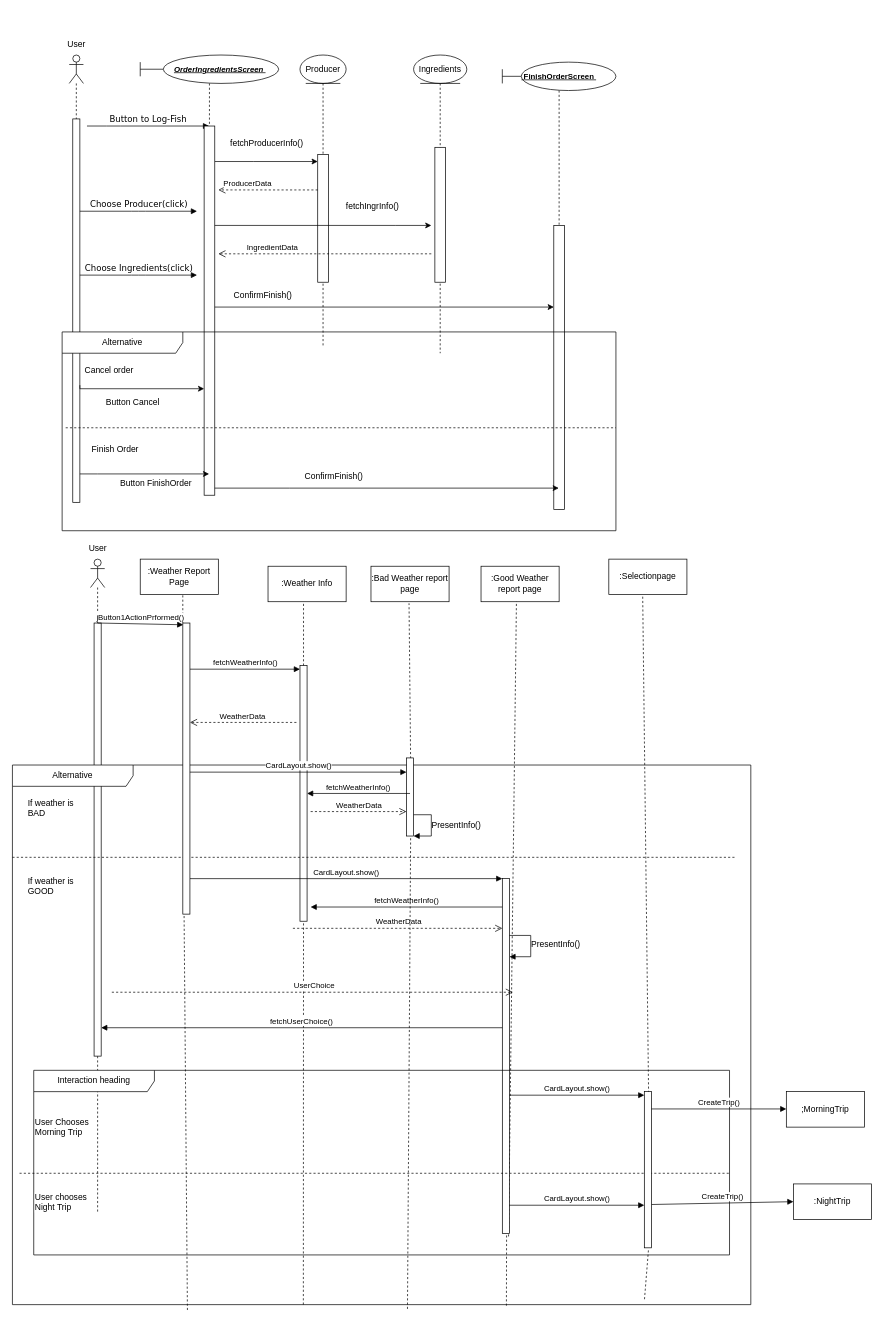
TMCEID/SoftEngFishApp keeps this draw.io diagram as Delivarable3/SequenceDiagram/Untitled Diagram.drawio. Above is the earlier version. Source tidied: cells renumbered, new cells numbered last; positions are measured from the earlier drawing's top-left corner, leaving out a move shared by most shapes. Both pictures are drawn from the tidied source at 71%, with x=0, y=0 at pixel (12, 33).
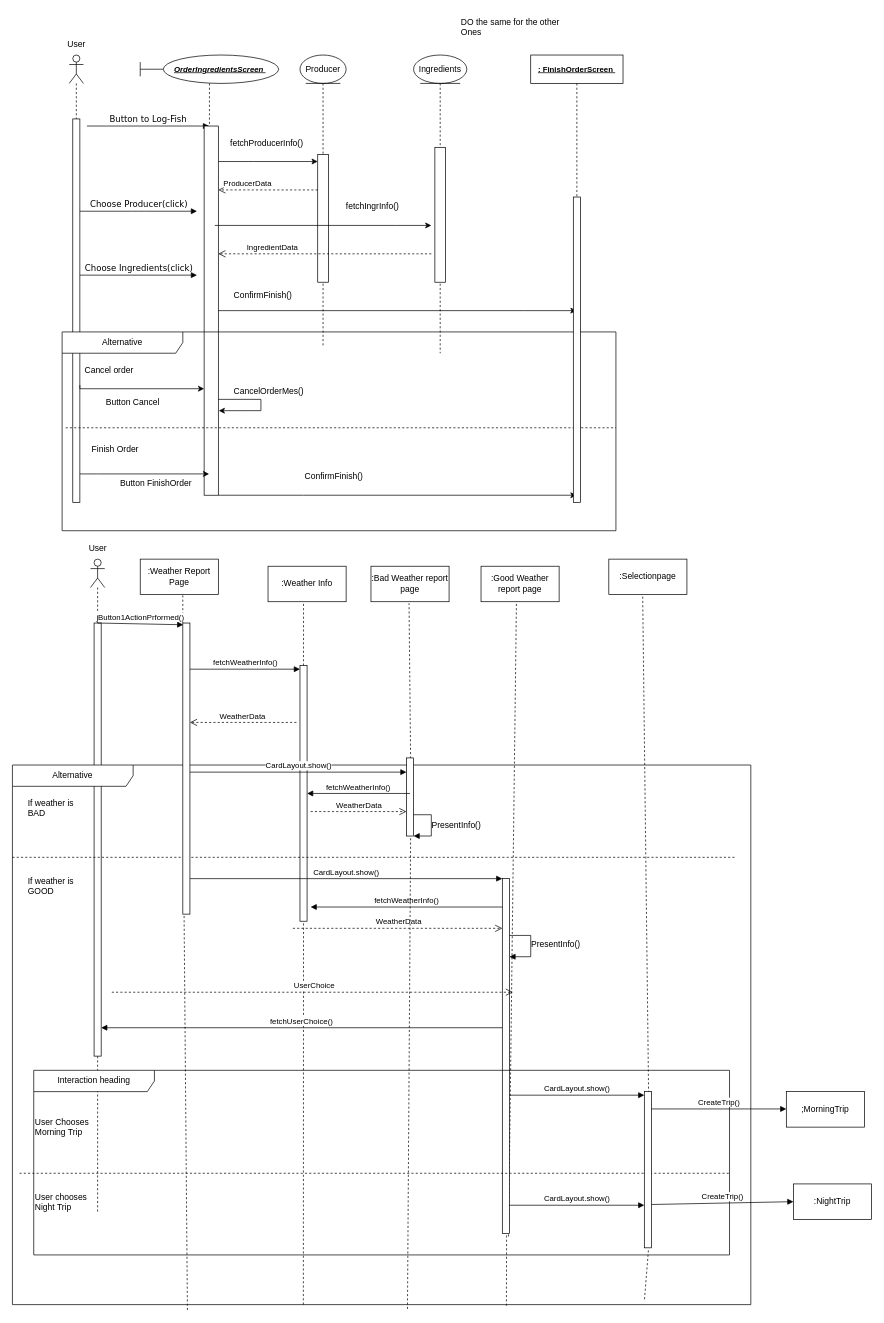
The same page after the edit.

The change refers to these unchanged cells:
```xml
<mxCell id="47" value="&amp;nbsp;&amp;nbsp;&amp;nbsp;&amp;nbsp;&amp;nbsp;&amp;nbsp;&amp;nbsp;&amp;nbsp; &lt;font style=&quot;font-size: 11px;&quot;&gt;&lt;b&gt;&lt;i&gt;&lt;u&gt;OrderIngredientsScreen&amp;nbsp; &lt;br&gt;&lt;/u&gt;&lt;/i&gt;&lt;/b&gt;&lt;/font&gt;" style="shape=umlLifeline;perimeter=lifelinePerimeter;whiteSpace=wrap;html=1;outlineConnect=0;portConstraint=eastwest;newEdgeStyle={&quot;curved&quot;:0,&quot;rounded&quot;:0};participant=umlBoundary;" parent="1" vertex="1">
  <mxGeometry x="180" y="30" width="195" height="620" as="geometry" />
</mxCell>
<mxCell id="67" value="Alternative" style="shape=umlFrame;whiteSpace=wrap;html=1;width=170;" parent="1" vertex="1">
  <mxGeometry x="70" y="420" width="780" height="280" as="geometry" />
</mxCell>
```

What changed in the source:
```diff
@@
     <mxCell id="48" style="html=1;points=[[0,0,0,0,5],[0,1,0,0,-5],[1,0,0,0,5],[1,1,0,0,-5]];perimeter=orthogonalPerimeter;outlineConnect=0;targetShapes=umlLifeline;portConstraint=eastwest;newEdgeStyle={&quot;curved&quot;:0,&quot;rounded&quot;:0};" parent="47" vertex="1">
-      <mxGeometry x="90" y="100" width="15" height="520" as="geometry" />
+      <mxGeometry x="90" y="100" width="20" height="520" as="geometry" />
     </mxCell>
-    <mxCell id="49" value="&lt;b&gt;&lt;font style=&quot;font-size: 11px;&quot;&gt;&lt;u&gt;&amp;nbsp;FinishOrderScreen&amp;nbsp; &lt;br&gt;&lt;/u&gt;&lt;/font&gt;&lt;/b&gt;" style="shape=umlLifeline;perimeter=lifelinePerimeter;whiteSpace=wrap;html=1;outlineConnect=0;portConstraint=eastwest;newEdgeStyle={&quot;curved&quot;:0,&quot;rounded&quot;:0};participant=umlBoundary;" parent="1" vertex="1">
-      <mxGeometry x="690" y="40" width="160" height="630" as="geometry" />
-    </mxCell>
-    <mxCell id="50" style="html=1;points=[[0,0,0,0,5],[0,1,0,0,-5],[1,0,0,0,5],[1,1,0,0,-5]];perimeter=orthogonalPerimeter;outlineConnect=0;targetShapes=umlLifeline;portConstraint=eastwest;newEdgeStyle={&quot;curved&quot;:0,&quot;rounded&quot;:0};" parent="49" vertex="1">
-      <mxGeometry x="72.5" y="230" width="15" height="400" as="geometry" />
-    </mxCell>
+    <mxCell id="84" style="edgeStyle=orthogonalEdgeStyle;rounded=0;orthogonalLoop=1;jettySize=auto;html=1;curved=0;entryX=1.031;entryY=0.771;entryDx=0;entryDy=0;entryPerimeter=0;" parent="47" edge="1" source="48" target="48">
+      <mxGeometry relative="1" as="geometry">
+        <Array as="points">
+          <mxPoint x="170" y="485" />
+        </Array>
+      </mxGeometry>
+    </mxCell>
@@
-    <mxCell id="64" style="edgeStyle=orthogonalEdgeStyle;rounded=0;jettySize=auto;html=1;curved=0;" parent="1" edge="1" source="48" target="50">
+    <mxCell id="64" style="edgeStyle=orthogonalEdgeStyle;rounded=0;jettySize=auto;html=1;curved=0;" parent="1" edge="1" source="48" target="86">
       <mxGeometry relative="1" as="geometry">
         <Array as="points">
-          <mxPoint x="360" y="385" />
-          <mxPoint x="360" y="385" />
+          <mxPoint x="720" y="390" />
+          <mxPoint x="720" y="390" />
         </Array>
       </mxGeometry>
     </mxCell>
@@
+    <mxCell id="85" value="CancelOrderMes()" style="text;whiteSpace=wrap;html=1;" parent="67" vertex="1">
+      <mxGeometry x="240" y="70" width="90" height="20" as="geometry" />
+    </mxCell>
-    <mxCell id="75" style="edgeStyle=orthogonalEdgeStyle;rounded=0;jettySize=auto;html=1;curved=0;" parent="1" edge="1" source="48" target="49">
+    <mxCell id="75" style="edgeStyle=orthogonalEdgeStyle;rounded=0;jettySize=auto;html=1;curved=0;" parent="1" edge="1" source="48" target="86">
       <mxGeometry relative="1" as="geometry">
         <Array as="points">
-          <mxPoint x="390" y="640" />
-          <mxPoint x="390" y="640" />
+          <mxPoint x="410" y="650" />
+          <mxPoint x="410" y="650" />
         </Array>
       </mxGeometry>
     </mxCell>
+    <mxCell id="86" value="&lt;b&gt;&lt;font style=&quot;font-size: 11px;&quot;&gt;&lt;u&gt;: FinishOrderScreen&amp;nbsp; &lt;br&gt;&lt;/u&gt;&lt;/font&gt;&lt;/b&gt;" style="shape=umlLifeline;perimeter=lifelinePerimeter;whiteSpace=wrap;html=1;outlineConnect=0;portConstraint=eastwest;newEdgeStyle={&quot;curved&quot;:0,&quot;rounded&quot;:0};" parent="1" vertex="1">
+      <mxGeometry x="730" y="30" width="130" height="630" as="geometry" />
+    </mxCell>
+    <mxCell id="87" style="html=1;perimeter=orthogonalPerimeter;targetShapes=umlLifeline;newEdgeStyle={&quot;curved&quot;:0,&quot;rounded&quot;:0};" parent="86" vertex="1">
+      <mxGeometry x="60" y="200" width="10" height="430" as="geometry" />
+    </mxCell>
@@
+    <mxCell id="88" value="DO the same for the other Ones" style="text;whiteSpace=wrap;html=1;" parent="1" vertex="1">
+      <mxGeometry x="630" y="-30" width="150" height="30" as="geometry" />
+    </mxCell>
```
